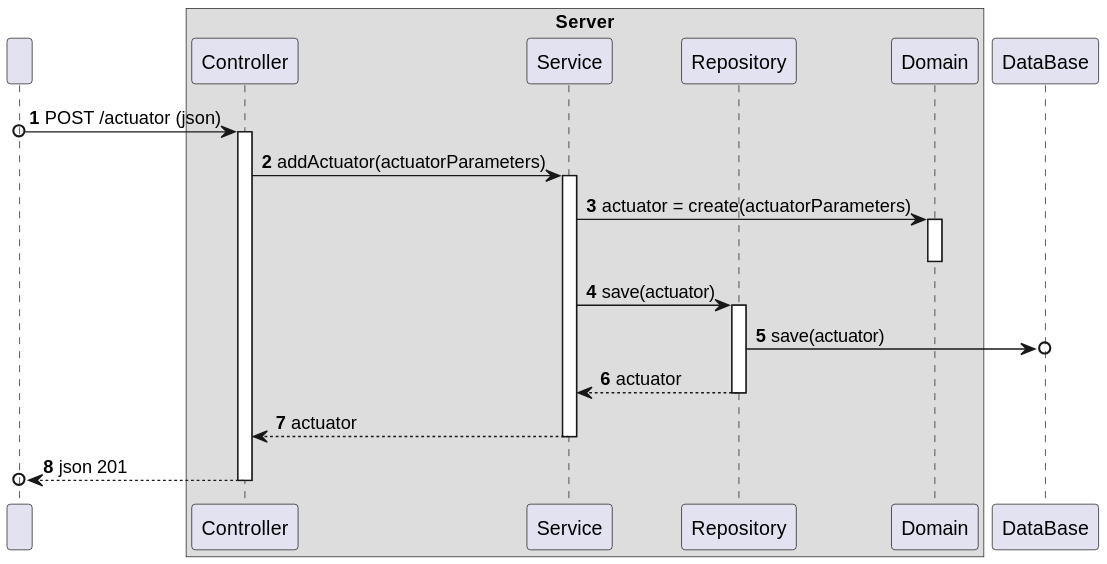
Before: docs/ooa/C4_4plus1_models/Level3/ProcessView/ProcessViewLevel3_UC10_v1.svg, a diagram exported from PlantUML (olivDiogo/SmartHome). Its diagram source:
```plantuml
@startuml
!pragma layout smetana

autonumber

participant " " as User

box "Server"
    participant "Controller" as Controller
    participant "Service" as Service
    participant "Repository" as Repo
    participant "Domain" as Domain
end box

    participant "DataBase" as BD

User o-> Controller : POST /actuator (json)
activate Controller



Controller -> Service : addActuator(actuatorParameters)
activate Service

Service -> Domain: actuator = create(actuatorParameters)
activate Domain
deactivate Domain

Service -> Repo : save(actuator)
activate Repo

Repo ->o BD : save(actuator)

Repo --> Service : actuator
deactivate Repo

Service --> Controller : actuator
deactivate Service



Controller -->o User : json 201
deactivate Controller
@enduml
```
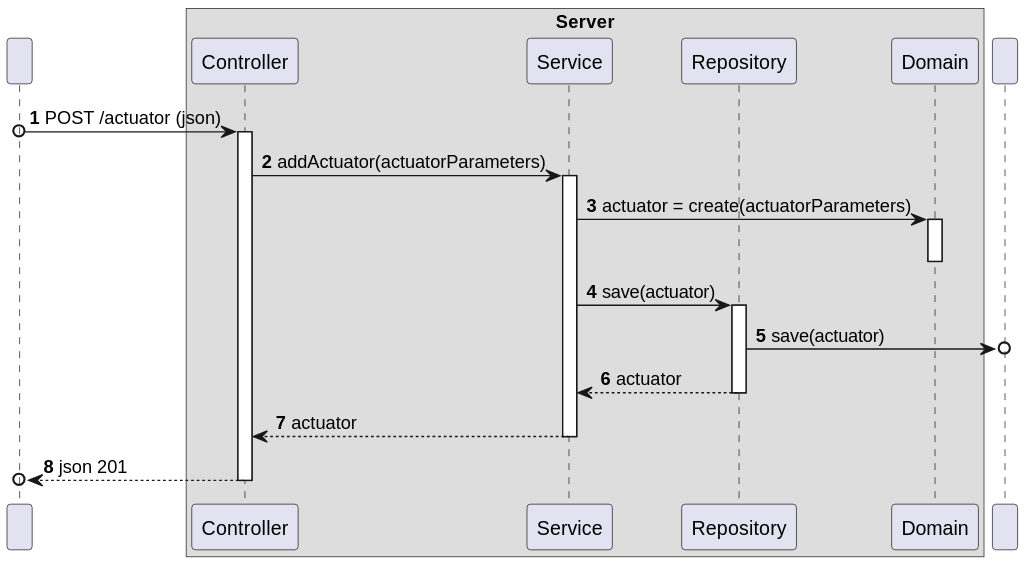
After the change.

Commit message:
docs: c4 level 3 process view update

What changed in the source:
```diff
@@ -12,7 +12,7 @@
     participant "Domain" as Domain
 end box
 
-    participant "DataBase" as BD
+    participant " " as BD
 
 User o-> Controller : POST /actuator (json)
 activate Controller
```
